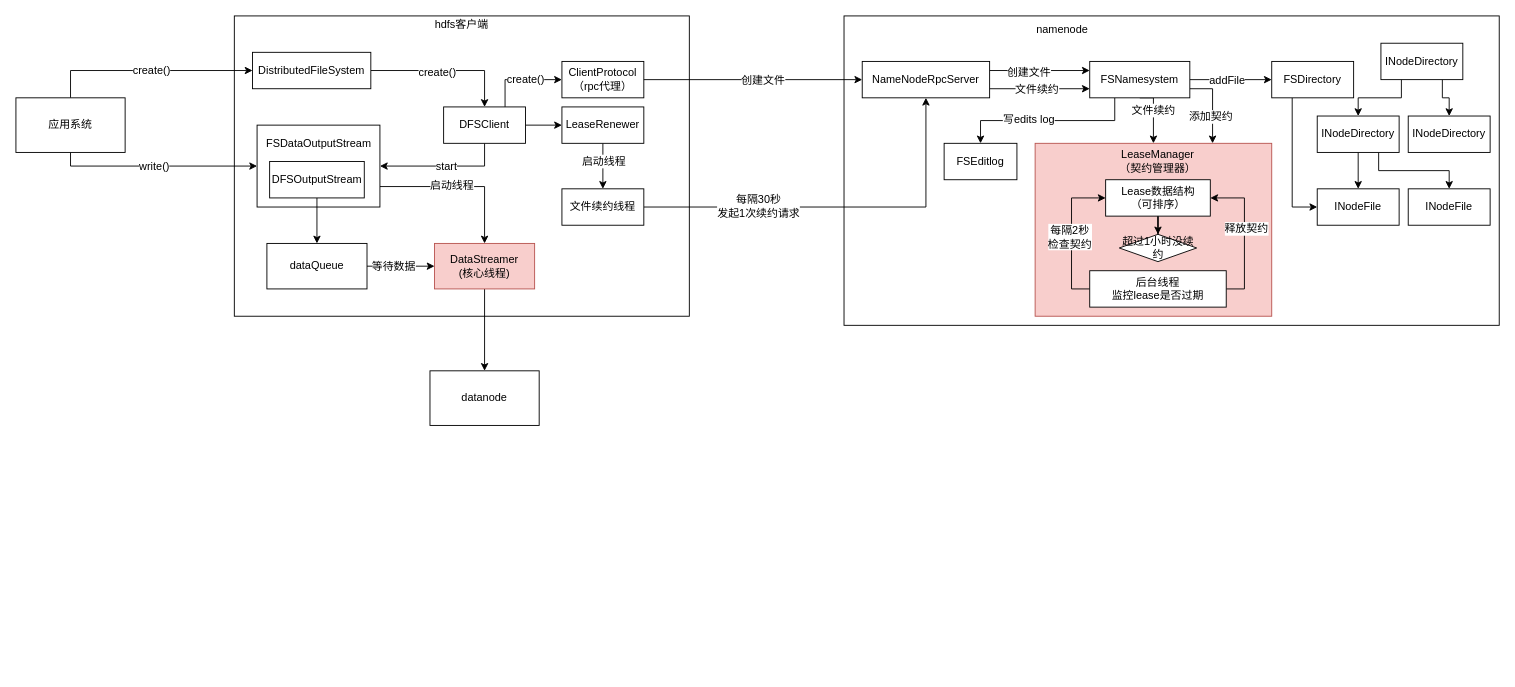
chenshuai1995/a-imgs keeps this draw.io diagram as hdfs/07_hdfs文件上传.drawio. Above is the earlier version. Source tidied: cells renumbered, new cells numbered last; positions are measured from the earlier drawing's top-left corner, leaving out a move shared by most shapes. Both pictures are drawn from the tidied source at 91%, with x=0, y=0 at pixel (15, 15).
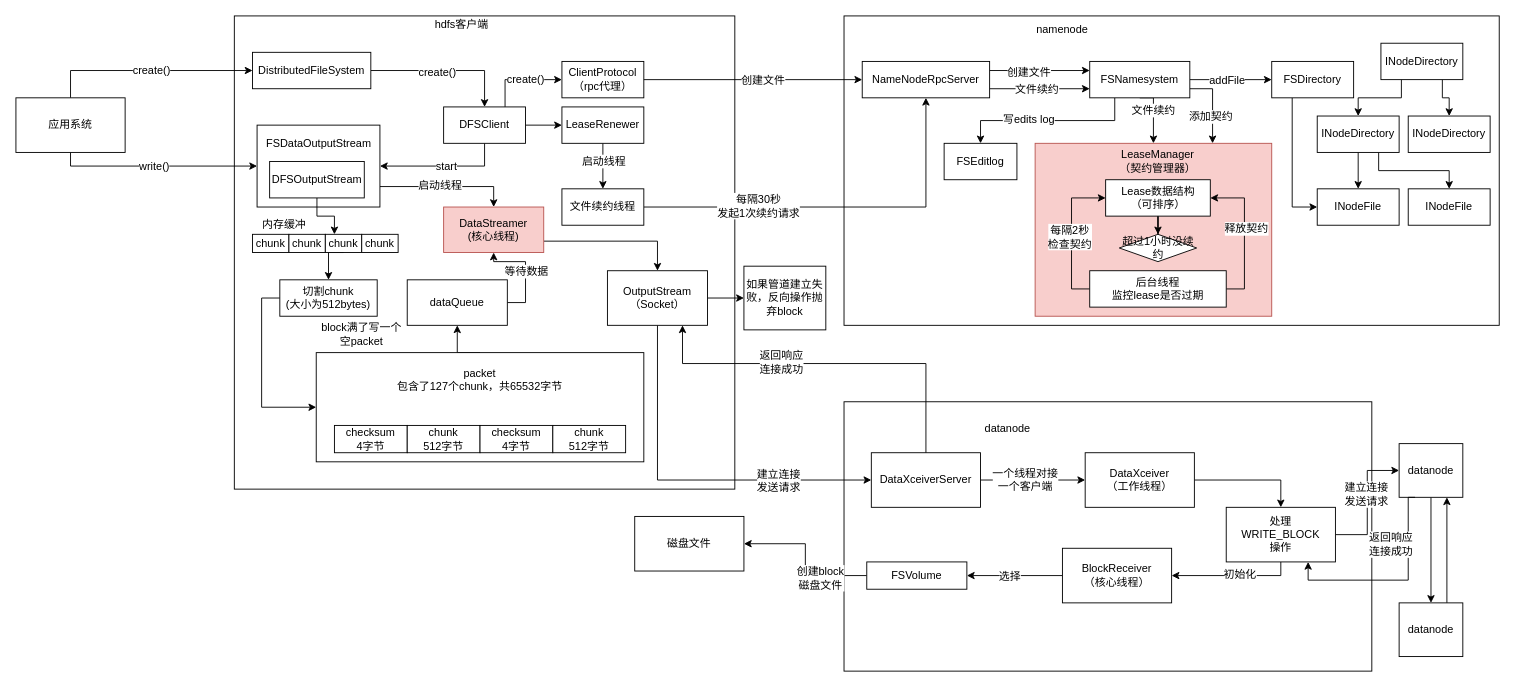
The same diagram, later.

Commit message:
更新07_hdfs文件上传.drawio

The change refers to these unchanged cells:
```xml
<mxCell id="19" value="DFSOutputStream" style="rounded=0;whiteSpace=wrap;html=1;" parent="1" vertex="1">
  <mxGeometry x="278.8" y="160" width="104" height="40" as="geometry" />
</mxCell>
```

What changed in the source:
```diff
@@
     <mxCell id="3" style="rounded=0;whiteSpace=wrap;html=1;" parent="1" vertex="1">
-      <mxGeometry x="240" width="500" height="330" as="geometry" />
+      <mxGeometry x="240" width="550" height="520" as="geometry" />
     </mxCell>
@@
-    <mxCell id="18" style="edgeStyle=orthogonalEdgeStyle;rounded=0;jettySize=auto;html=1;" parent="1" edge="1" source="19" target="22">
+    <mxCell id="18" style="edgeStyle=orthogonalEdgeStyle;rounded=0;jettySize=auto;html=1;entryX=0.25;entryY=0;entryDx=0;entryDy=0;" parent="1" edge="1" source="19" target="81">
       <mxGeometry relative="1" as="geometry" />
     </mxCell>
@@
     <mxCell id="20" style="edgeStyle=orthogonalEdgeStyle;rounded=0;jettySize=auto;html=1;" parent="1" edge="1" source="22" target="29">
-      <mxGeometry relative="1" as="geometry" />
+      <mxGeometry relative="1" as="geometry">
+        <Array as="points">
+          <mxPoint x="560" y="315" />
+          <mxPoint x="560" y="270" />
+          <mxPoint x="525" y="270" />
+        </Array>
+      </mxGeometry>
     </mxCell>
     <mxCell id="21" value="等待数据" style="text;html=1;align=center;verticalAlign=middle;labelBackgroundColor=#ffffff;" parent="20" vertex="1">
-      <mxGeometry x="-0.21" relative="1" as="geometry" />
+      <mxGeometry x="-0.21" relative="1" as="geometry">
+        <mxPoint y="-12" as="offset" />
+      </mxGeometry>
     </mxCell>
     <mxCell id="22" value="dataQueue" style="rounded=0;whiteSpace=wrap;html=1;" parent="1" vertex="1">
-      <mxGeometry x="275.8" y="250" width="110" height="50" as="geometry" />
+      <mxGeometry x="430" y="290" width="110" height="50" as="geometry" />
     </mxCell>
@@
-    <mxCell id="28" style="edgeStyle=orthogonalEdgeStyle;rounded=0;jettySize=auto;html=1;entryX=0.5;entryY=0;entryDx=0;entryDy=0;" parent="1" edge="1" source="29" target="37">
-      <mxGeometry relative="1" as="geometry" />
-    </mxCell>
+    <mxCell id="77" style="edgeStyle=orthogonalEdgeStyle;rounded=0;jettySize=auto;html=1;exitX=1;exitY=0.75;exitDx=0;exitDy=0;entryX=0.5;entryY=0;entryDx=0;entryDy=0;" parent="1" edge="1" source="29" target="97">
+      <mxGeometry relative="1" as="geometry" />
+    </mxCell>
     <mxCell id="29" value="DataStreamer&lt;br&gt;(核心线程)" style="rounded=0;whiteSpace=wrap;html=1;fillColor=#f8cecc;strokeColor=#b85450;" parent="1" vertex="1">
-      <mxGeometry x="460" y="250" width="110" height="50" as="geometry" />
+      <mxGeometry x="470" y="210" width="110" height="50" as="geometry" />
     </mxCell>
@@
-    <mxCell id="37" value="datanode" style="rounded=0;whiteSpace=wrap;html=1;" parent="1" vertex="1">
-      <mxGeometry x="455" y="390" width="120" height="60" as="geometry" />
+    <mxCell id="37" style="rounded=0;whiteSpace=wrap;html=1;" parent="1" vertex="1">
+      <mxGeometry x="910" y="424" width="580" height="296" as="geometry" />
     </mxCell>
@@
+    <mxCell id="78" value="chunk" style="rounded=0;whiteSpace=wrap;html=1;" parent="1" vertex="1">
+      <mxGeometry x="260" y="240" width="40" height="20" as="geometry" />
+    </mxCell>
+    <mxCell id="79" value="chunk" style="rounded=0;whiteSpace=wrap;html=1;" parent="1" vertex="1">
+      <mxGeometry x="300" y="240" width="40" height="20" as="geometry" />
+    </mxCell>
+    <mxCell id="80" style="edgeStyle=orthogonalEdgeStyle;rounded=0;jettySize=auto;html=1;exitX=0.5;exitY=1;exitDx=0;exitDy=0;entryX=0.5;entryY=0;entryDx=0;entryDy=0;" parent="1" edge="1" source="81" target="85">
+      <mxGeometry relative="1" as="geometry" />
+    </mxCell>
+    <mxCell id="81" value="chunk" style="rounded=0;whiteSpace=wrap;html=1;" parent="1" vertex="1">
+      <mxGeometry x="340" y="240" width="40" height="20" as="geometry" />
+    </mxCell>
+    <mxCell id="82" value="chunk" style="rounded=0;whiteSpace=wrap;html=1;" parent="1" vertex="1">
+      <mxGeometry x="380" y="240" width="40" height="20" as="geometry" />
+    </mxCell>
+    <mxCell id="83" value="内存缓冲" style="text;html=1;strokeColor=none;fillColor=none;align=center;verticalAlign=middle;whiteSpace=wrap;rounded=0;" parent="1" vertex="1">
+      <mxGeometry x="260" y="220" width="70" height="20" as="geometry" />
+    </mxCell>
+    <mxCell id="84" style="edgeStyle=orthogonalEdgeStyle;rounded=0;jettySize=auto;html=1;exitX=0;exitY=0.5;exitDx=0;exitDy=0;entryX=0;entryY=0.5;entryDx=0;entryDy=0;" parent="1" edge="1" source="85" target="87">
+      <mxGeometry relative="1" as="geometry" />
+    </mxCell>
+    <mxCell id="85" value="切割chunk&lt;br&gt;(大小为512bytes)" style="rounded=0;whiteSpace=wrap;html=1;" parent="1" vertex="1">
+      <mxGeometry x="290" y="290" width="107" height="40" as="geometry" />
+    </mxCell>
+    <mxCell id="86" style="edgeStyle=orthogonalEdgeStyle;rounded=0;jettySize=auto;html=1;exitX=0.5;exitY=0;exitDx=0;exitDy=0;entryX=0.5;entryY=1;entryDx=0;entryDy=0;" parent="1" edge="1" source="87" target="22">
+      <mxGeometry relative="1" as="geometry" />
+    </mxCell>
+    <mxCell id="87" style="rounded=0;whiteSpace=wrap;html=1;" parent="1" vertex="1">
+      <mxGeometry x="330" y="370" width="360" height="120" as="geometry" />
+    </mxCell>
+    <mxCell id="88" value="packet&lt;br&gt;包含了127个chunk，共65532字节" style="text;html=1;strokeColor=none;fillColor=none;align=center;verticalAlign=middle;whiteSpace=wrap;rounded=0;" parent="1" vertex="1">
+      <mxGeometry x="410" y="380" width="200" height="40" as="geometry" />
+    </mxCell>
+    <mxCell id="89" value="checksum&lt;br&gt;4字节" style="rounded=0;whiteSpace=wrap;html=1;" parent="1" vertex="1">
+      <mxGeometry x="350" y="450" width="80" height="30" as="geometry" />
+    </mxCell>
+    <mxCell id="90" value="chunk&lt;br&gt;512字节" style="rounded=0;whiteSpace=wrap;html=1;" parent="1" vertex="1">
+      <mxGeometry x="430" y="450" width="80" height="30" as="geometry" />
+    </mxCell>
+    <mxCell id="91" value="checksum&lt;br&gt;4字节" style="rounded=0;whiteSpace=wrap;html=1;" parent="1" vertex="1">
+      <mxGeometry x="510" y="450" width="80" height="30" as="geometry" />
+    </mxCell>
+    <mxCell id="92" value="chunk&lt;br&gt;512字节" style="rounded=0;whiteSpace=wrap;html=1;" parent="1" vertex="1">
+      <mxGeometry x="590" y="450" width="80" height="30" as="geometry" />
+    </mxCell>
+    <mxCell id="93" value="block满了写一个空packet" style="text;html=1;strokeColor=none;fillColor=none;align=center;verticalAlign=middle;whiteSpace=wrap;rounded=0;" parent="1" vertex="1">
+      <mxGeometry x="330" y="340" width="100" height="20" as="geometry" />
+    </mxCell>
+    <mxCell id="94" style="edgeStyle=orthogonalEdgeStyle;rounded=0;jettySize=auto;html=1;entryX=0;entryY=0.5;entryDx=0;entryDy=0;" parent="1" edge="1" source="97" target="99">
+      <mxGeometry relative="1" as="geometry" />
+    </mxCell>
+    <mxCell id="95" style="edgeStyle=orthogonalEdgeStyle;rounded=0;jettySize=auto;html=1;exitX=0.5;exitY=1;exitDx=0;exitDy=0;entryX=0;entryY=0.5;entryDx=0;entryDy=0;" parent="1" edge="1" source="97" target="109">
+      <mxGeometry relative="1" as="geometry" />
+    </mxCell>
+    <mxCell id="96" value="建立连接&lt;br&gt;发送请求" style="text;html=1;align=center;verticalAlign=middle;labelBackgroundColor=#ffffff;" parent="95" vertex="1">
+      <mxGeometry x="0.49" relative="1" as="geometry" />
+    </mxCell>
+    <mxCell id="97" value="OutputStream&lt;br&gt;（Socket）" style="rounded=0;whiteSpace=wrap;html=1;" parent="1" vertex="1">
+      <mxGeometry x="650" y="280" width="110" height="60" as="geometry" />
+    </mxCell>
+    <mxCell id="98" value="datanode" style="text;html=1;strokeColor=none;fillColor=none;align=center;verticalAlign=middle;whiteSpace=wrap;rounded=0;" parent="1" vertex="1">
+      <mxGeometry x="1045" y="441" width="90" height="26" as="geometry" />
+    </mxCell>
+    <mxCell id="99" value="如果管道建立失败，反向操作抛弃block" style="rounded=0;whiteSpace=wrap;html=1;" parent="1" vertex="1">
+      <mxGeometry x="800" y="275" width="90" height="70" as="geometry" />
+    </mxCell>
+    <mxCell id="100" style="edgeStyle=orthogonalEdgeStyle;rounded=0;jettySize=auto;html=1;entryX=1;entryY=0.5;entryDx=0;entryDy=0;" parent="1" edge="1" source="102" target="103">
+      <mxGeometry relative="1" as="geometry" />
+    </mxCell>
+    <mxCell id="101" value="创建block&lt;br&gt;磁盘文件" style="text;html=1;align=center;verticalAlign=middle;labelBackgroundColor=#ffffff;" parent="100" vertex="1">
+      <mxGeometry x="-0.39" y="2" relative="1" as="geometry" />
+    </mxCell>
+    <mxCell id="102" value="FSVolume" style="rounded=0;whiteSpace=wrap;html=1;" parent="1" vertex="1">
+      <mxGeometry x="935" y="600" width="110" height="30" as="geometry" />
+    </mxCell>
+    <mxCell id="103" value="磁盘文件&lt;br&gt;" style="rounded=0;whiteSpace=wrap;html=1;" parent="1" vertex="1">
+      <mxGeometry x="680" y="550" width="120" height="60" as="geometry" />
+    </mxCell>
+    <mxCell id="104" style="edgeStyle=orthogonalEdgeStyle;rounded=0;jettySize=auto;html=1;entryX=1;entryY=0.5;entryDx=0;entryDy=0;" parent="1" edge="1" source="106" target="102">
+      <mxGeometry relative="1" as="geometry" />
+    </mxCell>
+    <mxCell id="105" value="选择" style="text;html=1;align=center;verticalAlign=middle;labelBackgroundColor=#ffffff;" parent="104" vertex="1">
+      <mxGeometry x="0.13" relative="1" as="geometry" />
+    </mxCell>
+    <mxCell id="106" value="BlockReceiver&lt;br&gt;（核心线程）" style="rounded=0;whiteSpace=wrap;html=1;" parent="1" vertex="1">
+      <mxGeometry x="1150" y="585" width="120" height="60" as="geometry" />
+    </mxCell>
+    <mxCell id="107" style="edgeStyle=orthogonalEdgeStyle;rounded=0;jettySize=auto;html=1;entryX=0;entryY=0.5;entryDx=0;entryDy=0;" parent="1" edge="1" source="109" target="113">
+      <mxGeometry relative="1" as="geometry" />
+    </mxCell>
+    <mxCell id="108" value="一个线程对接&lt;br&gt;一个客户端" style="text;html=1;align=center;verticalAlign=middle;labelBackgroundColor=#ffffff;" parent="107" vertex="1">
+      <mxGeometry x="-0.16" y="1" relative="1" as="geometry" />
+    </mxCell>
+    <mxCell id="109" value="DataXceiverServer" style="rounded=0;whiteSpace=wrap;html=1;" parent="1" vertex="1">
+      <mxGeometry x="940" y="480" width="120" height="60" as="geometry" />
+    </mxCell>
+    <mxCell id="110" style="edgeStyle=orthogonalEdgeStyle;rounded=0;jettySize=auto;html=1;exitX=0.5;exitY=0;exitDx=0;exitDy=0;entryX=0.75;entryY=1;entryDx=0;entryDy=0;" parent="1" edge="1" source="109" target="97">
+      <mxGeometry relative="1" as="geometry">
+        <Array as="points">
+          <mxPoint x="1000" y="382" />
+          <mxPoint x="733" y="382" />
+        </Array>
+      </mxGeometry>
+    </mxCell>
+    <mxCell id="111" value="返回响应&lt;br&gt;连接成功" style="text;html=1;align=center;verticalAlign=middle;labelBackgroundColor=#ffffff;" parent="110" vertex="1">
+      <mxGeometry x="0.2" y="-3" relative="1" as="geometry">
+        <mxPoint x="-13" y="1" as="offset" />
+      </mxGeometry>
+    </mxCell>
+    <mxCell id="112" style="edgeStyle=orthogonalEdgeStyle;rounded=0;jettySize=auto;html=1;entryX=0.5;entryY=0;entryDx=0;entryDy=0;" parent="1" edge="1" source="113" target="118">
+      <mxGeometry relative="1" as="geometry" />
+    </mxCell>
+    <mxCell id="113" value="DataXceiver&lt;br&gt;（工作线程）" style="rounded=0;whiteSpace=wrap;html=1;" parent="1" vertex="1">
+      <mxGeometry x="1175" y="480" width="120" height="60" as="geometry" />
+    </mxCell>
+    <mxCell id="114" style="edgeStyle=orthogonalEdgeStyle;rounded=0;jettySize=auto;html=1;entryX=1;entryY=0.5;entryDx=0;entryDy=0;" parent="1" edge="1" source="118" target="106">
+      <mxGeometry relative="1" as="geometry">
+        <Array as="points">
+          <mxPoint x="1390" y="615" />
+        </Array>
+      </mxGeometry>
+    </mxCell>
+    <mxCell id="115" value="初始化" style="text;html=1;align=center;verticalAlign=middle;labelBackgroundColor=#ffffff;" parent="114" vertex="1">
+      <mxGeometry x="-0.09" y="-2" relative="1" as="geometry" />
+    </mxCell>
+    <mxCell id="116" style="edgeStyle=orthogonalEdgeStyle;rounded=0;jettySize=auto;html=1;entryX=0;entryY=0.5;entryDx=0;entryDy=0;" parent="1" edge="1" source="118" target="120">
+      <mxGeometry relative="1" as="geometry" />
+    </mxCell>
+    <mxCell id="117" value="建立连接&lt;br&gt;发送请求" style="text;html=1;align=center;verticalAlign=middle;labelBackgroundColor=#ffffff;" parent="116" vertex="1">
+      <mxGeometry x="0.14" y="2" relative="1" as="geometry" />
+    </mxCell>
+    <mxCell id="118" value="处理&lt;br&gt;WRITE_BLOCK&lt;br&gt;操作" style="rounded=0;whiteSpace=wrap;html=1;" parent="1" vertex="1">
+      <mxGeometry x="1330" y="540" width="120" height="60" as="geometry" />
+    </mxCell>
+    <mxCell id="119" style="edgeStyle=orthogonalEdgeStyle;rounded=0;jettySize=auto;html=1;entryX=0.5;entryY=0;entryDx=0;entryDy=0;" parent="1" edge="1" source="120" target="124">
+      <mxGeometry relative="1" as="geometry" />
+    </mxCell>
+    <mxCell id="120" value="datanode" style="rounded=0;whiteSpace=wrap;html=1;" parent="1" vertex="1">
+      <mxGeometry x="1520" y="470" width="70" height="59" as="geometry" />
+    </mxCell>
+    <mxCell id="121" style="edgeStyle=orthogonalEdgeStyle;rounded=0;jettySize=auto;html=1;entryX=0.75;entryY=1;entryDx=0;entryDy=0;exitX=0.25;exitY=1;exitDx=0;exitDy=0;" parent="1" edge="1" source="120" target="118">
+      <mxGeometry relative="1" as="geometry">
+        <Array as="points">
+          <mxPoint x="1530" y="529" />
+          <mxPoint x="1530" y="620" />
+          <mxPoint x="1420" y="620" />
+        </Array>
+      </mxGeometry>
+    </mxCell>
+    <mxCell id="122" value="返回响应&lt;br&gt;连接成功" style="text;html=1;align=center;verticalAlign=middle;labelBackgroundColor=#ffffff;" parent="121" vertex="1">
+      <mxGeometry x="-0.53" y="-1" relative="1" as="geometry">
+        <mxPoint x="-19" y="5" as="offset" />
+      </mxGeometry>
+    </mxCell>
+    <mxCell id="123" style="edgeStyle=orthogonalEdgeStyle;rounded=0;jettySize=auto;html=1;exitX=0.75;exitY=0;exitDx=0;exitDy=0;entryX=0.75;entryY=1;entryDx=0;entryDy=0;" parent="1" edge="1" source="124" target="120">
+      <mxGeometry relative="1" as="geometry" />
+    </mxCell>
+    <mxCell id="124" value="datanode" style="rounded=0;whiteSpace=wrap;html=1;" parent="1" vertex="1">
+      <mxGeometry x="1520" y="645" width="70" height="59" as="geometry" />
+    </mxCell>
```
